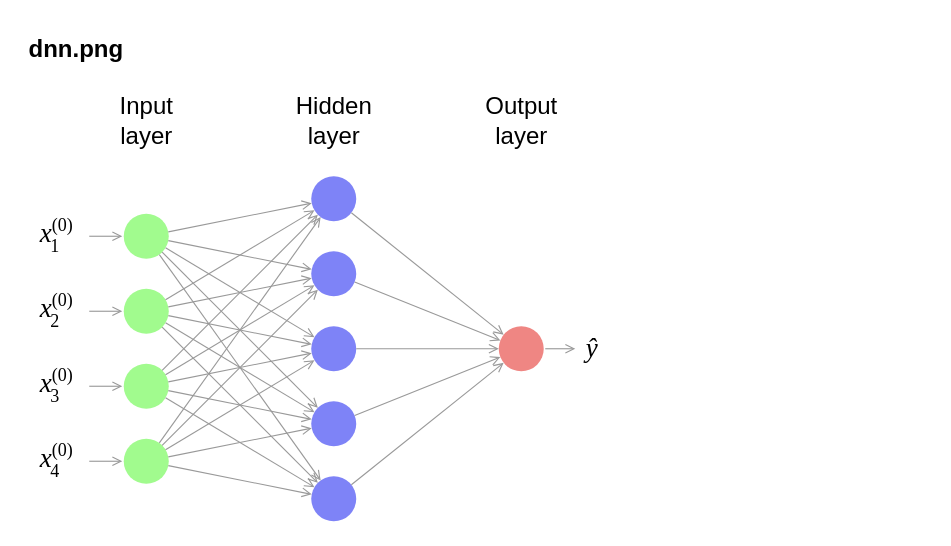
brunomaga/brunomaga.github.io keeps this draw.io diagram as assets/deep-neural-networks/deep-neural-networks.drawio. Above is the earlier version. Source tidied: cells renumbered, new cells numbered last; positions are measured from the earlier drawing's top-left corner, leaving out a move shared by most shapes. Both pictures are drawn from the tidied source at 150%, with x=0, y=0 at pixel (26, 26).
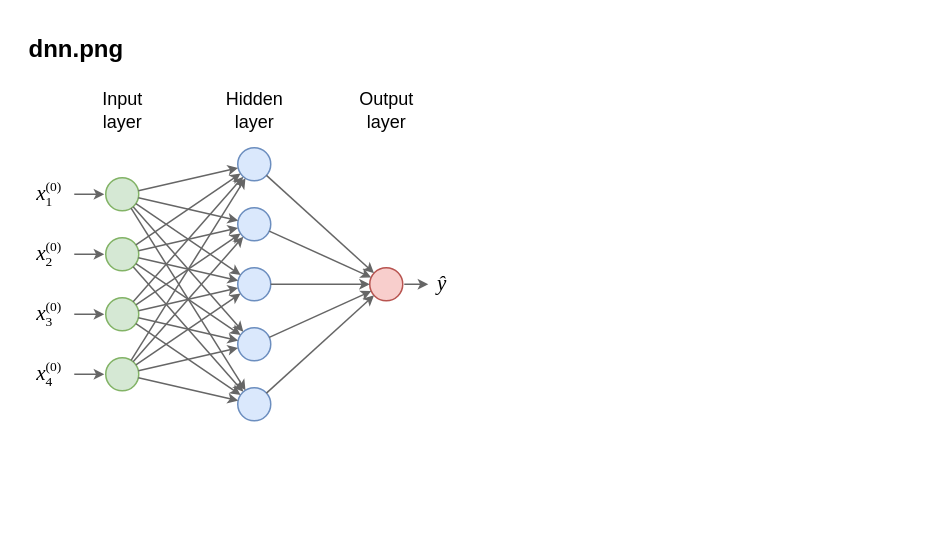
The same page after the edit.

What changed in the source:
```diff
@@
     <mxCell id="3" style="group;" parent="1" vertex="1">
-      <mxGeometry y="40" width="387" height="290" as="geometry" />
+      <mxGeometry y="40" width="285" height="223" as="geometry" />
     </mxCell>
-    <mxCell id="4" value="Input&lt;br&gt;layer" style="text;html=1;align=center;verticalAlign=middle;strokeColor=none;fillColor=none;fontSize=16;" parent="3" vertex="1">
-      <mxGeometry x="40" width="80" height="46" as="geometry" />
+    <mxCell id="4" value="Input&lt;br&gt;layer" style="text;html=1;align=center;verticalAlign=middle;strokeColor=none;fillColor=none;fontFamily=Helvetica;fontSize=12;" parent="3" vertex="1">
+      <mxGeometry x="34" width="60" height="32" as="geometry" />
     </mxCell>
-    <mxCell id="5" value="Hidden&lt;br&gt;layer" style="text;html=1;align=center;verticalAlign=middle;strokeColor=none;fillColor=none;fontSize=16;" parent="3" vertex="1">
-      <mxGeometry x="165" width="80" height="46" as="geometry" />
+    <mxCell id="5" value="Hidden&lt;br&gt;layer" style="text;html=1;align=center;verticalAlign=middle;strokeColor=none;fillColor=none;fontFamily=Helvetica;fontSize=12;" parent="3" vertex="1">
+      <mxGeometry x="122" width="60" height="32" as="geometry" />
     </mxCell>
-    <mxCell id="6" value="Output&lt;br&gt;layer" style="text;html=1;align=center;verticalAlign=middle;strokeColor=none;fillColor=none;fontSize=16;" parent="3" vertex="1">
-      <mxGeometry x="290" width="80" height="46" as="geometry" />
+    <mxCell id="6" value="Output&lt;br&gt;layer" style="text;html=1;align=center;verticalAlign=middle;strokeColor=none;fillColor=none;fontFamily=Helvetica;fontSize=12;" parent="3" vertex="1">
+      <mxGeometry x="210" width="60" height="32" as="geometry" />
     </mxCell>
-    <mxCell id="7" style="ellipse;whiteSpace=wrap;html=1;strokeColor=none;fillColor=#a1fb8e;" parent="3" vertex="1">
-      <mxGeometry x="65" y="85" width="30" height="30" as="geometry" />
+    <mxCell id="7" style="ellipse;whiteSpace=wrap;html=1;fillColor=#d5e8d4;strokeColor=#82b366;" parent="3" vertex="1">
+      <mxGeometry x="53" y="61" width="22" height="22" as="geometry" />
     </mxCell>
-    <mxCell id="8" style="ellipse;whiteSpace=wrap;html=1;strokeColor=none;fillColor=#a1fb8e;" parent="3" vertex="1">
-      <mxGeometry x="65" y="135" width="30" height="30" as="geometry" />
+    <mxCell id="8" style="ellipse;whiteSpace=wrap;html=1;fillColor=#d5e8d4;strokeColor=#82b366;" parent="3" vertex="1">
+      <mxGeometry x="53" y="101" width="22" height="22" as="geometry" />
     </mxCell>
-    <mxCell id="9" style="ellipse;whiteSpace=wrap;html=1;strokeColor=none;fillColor=#a1fb8e;" parent="3" vertex="1">
-      <mxGeometry x="65" y="185" width="30" height="30" as="geometry" />
+    <mxCell id="9" style="ellipse;whiteSpace=wrap;html=1;fillColor=#d5e8d4;strokeColor=#82b366;" parent="3" vertex="1">
+      <mxGeometry x="53" y="141" width="22" height="22" as="geometry" />
     </mxCell>
-    <mxCell id="10" style="ellipse;whiteSpace=wrap;html=1;strokeColor=none;fillColor=#a1fb8e;" parent="3" vertex="1">
-      <mxGeometry x="65" y="235" width="30" height="30" as="geometry" />
+    <mxCell id="10" style="ellipse;whiteSpace=wrap;html=1;fillColor=#d5e8d4;strokeColor=#82b366;" parent="3" vertex="1">
+      <mxGeometry x="53" y="181" width="22" height="22" as="geometry" />
     </mxCell>
-    <mxCell id="11" style="ellipse;whiteSpace=wrap;html=1;strokeColor=none;fillColor=#7e83f7;" parent="3" vertex="1">
-      <mxGeometry x="190" y="60" width="30" height="30" as="geometry" />
+    <mxCell id="11" style="ellipse;whiteSpace=wrap;html=1;fillColor=#dae8fc;strokeColor=#6c8ebf;" parent="3" vertex="1">
+      <mxGeometry x="141" y="41" width="22" height="22" as="geometry" />
     </mxCell>
-    <mxCell id="12" style="ellipse;whiteSpace=wrap;html=1;strokeColor=none;fillColor=#7e83f7;" parent="3" vertex="1">
-      <mxGeometry x="190" y="110" width="30" height="30" as="geometry" />
+    <mxCell id="12" style="ellipse;whiteSpace=wrap;html=1;fillColor=#dae8fc;strokeColor=#6c8ebf;" parent="3" vertex="1">
+      <mxGeometry x="141" y="81" width="22" height="22" as="geometry" />
     </mxCell>
-    <mxCell id="13" style="ellipse;whiteSpace=wrap;html=1;strokeColor=none;fillColor=#7e83f7;" parent="3" vertex="1">
-      <mxGeometry x="190" y="160" width="30" height="30" as="geometry" />
+    <mxCell id="13" style="ellipse;whiteSpace=wrap;html=1;fillColor=#dae8fc;strokeColor=#6c8ebf;" parent="3" vertex="1">
+      <mxGeometry x="141" y="121" width="22" height="22" as="geometry" />
     </mxCell>
-    <mxCell id="14" style="ellipse;whiteSpace=wrap;html=1;strokeColor=none;fillColor=#7e83f7;" parent="3" vertex="1">
-      <mxGeometry x="190" y="210" width="30" height="30" as="geometry" />
+    <mxCell id="14" style="ellipse;whiteSpace=wrap;html=1;fillColor=#dae8fc;strokeColor=#6c8ebf;" parent="3" vertex="1">
+      <mxGeometry x="141" y="161" width="22" height="22" as="geometry" />
     </mxCell>
-    <mxCell id="15" style="ellipse;whiteSpace=wrap;html=1;strokeColor=none;fillColor=#7e83f7;" parent="3" vertex="1">
-      <mxGeometry x="190" y="260" width="30" height="30" as="geometry" />
+    <mxCell id="15" style="ellipse;whiteSpace=wrap;html=1;fillColor=#dae8fc;strokeColor=#6c8ebf;" parent="3" vertex="1">
+      <mxGeometry x="141" y="201" width="22" height="22" as="geometry" />
     </mxCell>
-    <mxCell id="16" style="ellipse;whiteSpace=wrap;html=1;strokeColor=none;fillColor=#ef8683;" parent="3" vertex="1">
-      <mxGeometry x="315" y="160" width="30" height="30" as="geometry" />
+    <mxCell id="16" style="ellipse;whiteSpace=wrap;html=1;fillColor=#f8cecc;strokeColor=#b85450;" parent="3" vertex="1">
+      <mxGeometry x="229" y="121" width="22" height="22" as="geometry" />
     </mxCell>
-    <mxCell id="17" value="&lt;i&gt;x&lt;/i&gt;&lt;span style=&quot;display:inline-block;vertical-align:middle;font-size:12px;line-height:1.1;text-align:left;&quot;&gt;(0)&lt;br&gt;&lt;span style=&quot;margin-left:-1px;&quot;&gt;1&lt;/span&gt;&lt;/span&gt;" style="text;html=1;align=center;verticalAlign=middle;strokeColor=none;fillColor=none;fontFamily=Times New Roman;fontSize=18;" parent="3" vertex="1">
-      <mxGeometry y="85" width="40" height="30" as="geometry" />
+    <mxCell id="17" value="&lt;i&gt;x&lt;/i&gt;&lt;span style=&quot;display:inline-block;vertical-align:middle;font-size:9px;line-height:1.1;text-align:left;&quot;&gt;(0)&lt;br&gt;1&lt;/span&gt;" style="text;html=1;align=center;verticalAlign=middle;strokeColor=none;fillColor=none;fontFamily=Times New Roman;fontSize=14;" parent="3" vertex="1">
+      <mxGeometry y="60" width="30" height="24" as="geometry" />
     </mxCell>
-    <mxCell id="18" style="endArrow=open;endSize=5;html=1;strokeColor=#999999;strokeWidth=0.75;" parent="3" edge="1">
+    <mxCell id="18" style="endArrow=classic;endSize=4;html=1;rounded=0;strokeColor=#666666;" parent="3" edge="1">
       <mxGeometry relative="1" as="geometry">
-        <mxPoint x="42" y="100" as="sourcePoint" />
-        <mxPoint x="64" y="100" as="targetPoint" />
+        <mxPoint x="32" y="72" as="sourcePoint" />
+        <mxPoint x="52" y="72" as="targetPoint" />
       </mxGeometry>
     </mxCell>
-    <mxCell id="19" value="&lt;i&gt;x&lt;/i&gt;&lt;span style=&quot;display:inline-block;vertical-align:middle;font-size:12px;line-height:1.1;text-align:left;&quot;&gt;(0)&lt;br&gt;&lt;span style=&quot;margin-left:-1px;&quot;&gt;2&lt;/span&gt;&lt;/span&gt;" style="text;html=1;align=center;verticalAlign=middle;strokeColor=none;fillColor=none;fontFamily=Times New Roman;fontSize=18;" parent="3" vertex="1">
-      <mxGeometry y="135" width="40" height="30" as="geometry" />
+    <mxCell id="19" value="&lt;i&gt;x&lt;/i&gt;&lt;span style=&quot;display:inline-block;vertical-align:middle;font-size:9px;line-height:1.1;text-align:left;&quot;&gt;(0)&lt;br&gt;2&lt;/span&gt;" style="text;html=1;align=center;verticalAlign=middle;strokeColor=none;fillColor=none;fontFamily=Times New Roman;fontSize=14;" parent="3" vertex="1">
+      <mxGeometry y="100" width="30" height="24" as="geometry" />
     </mxCell>
-    <mxCell id="20" style="endArrow=open;endSize=5;html=1;strokeColor=#999999;strokeWidth=0.75;" parent="3" edge="1">
+    <mxCell id="20" style="endArrow=classic;endSize=4;html=1;rounded=0;strokeColor=#666666;" parent="3" edge="1">
       <mxGeometry relative="1" as="geometry">
-        <mxPoint x="42" y="150" as="sourcePoint" />
-        <mxPoint x="64" y="150" as="targetPoint" />
+        <mxPoint x="32" y="112" as="sourcePoint" />
+        <mxPoint x="52" y="112" as="targetPoint" />
       </mxGeometry>
     </mxCell>
-    <mxCell id="21" value="&lt;i&gt;x&lt;/i&gt;&lt;span style=&quot;display:inline-block;vertical-align:middle;font-size:12px;line-height:1.1;text-align:left;&quot;&gt;(0)&lt;br&gt;&lt;span style=&quot;margin-left:-1px;&quot;&gt;3&lt;/span&gt;&lt;/span&gt;" style="text;html=1;align=center;verticalAlign=middle;strokeColor=none;fillColor=none;fontFamily=Times New Roman;fontSize=18;" parent="3" vertex="1">
-      <mxGeometry y="185" width="40" height="30" as="geometry" />
+    <mxCell id="21" value="&lt;i&gt;x&lt;/i&gt;&lt;span style=&quot;display:inline-block;vertical-align:middle;font-size:9px;line-height:1.1;text-align:left;&quot;&gt;(0)&lt;br&gt;3&lt;/span&gt;" style="text;html=1;align=center;verticalAlign=middle;strokeColor=none;fillColor=none;fontFamily=Times New Roman;fontSize=14;" parent="3" vertex="1">
+      <mxGeometry y="140" width="30" height="24" as="geometry" />
     </mxCell>
-    <mxCell id="22" style="endArrow=open;endSize=5;html=1;strokeColor=#999999;strokeWidth=0.75;" parent="3" edge="1">
+    <mxCell id="22" style="endArrow=classic;endSize=4;html=1;rounded=0;strokeColor=#666666;" parent="3" edge="1">
       <mxGeometry relative="1" as="geometry">
-        <mxPoint x="42" y="200" as="sourcePoint" />
-        <mxPoint x="64" y="200" as="targetPoint" />
+        <mxPoint x="32" y="152" as="sourcePoint" />
+        <mxPoint x="52" y="152" as="targetPoint" />
       </mxGeometry>
     </mxCell>
-    <mxCell id="23" value="&lt;i&gt;x&lt;/i&gt;&lt;span style=&quot;display:inline-block;vertical-align:middle;font-size:12px;line-height:1.1;text-align:left;&quot;&gt;(0)&lt;br&gt;&lt;span style=&quot;margin-left:-1px;&quot;&gt;4&lt;/span&gt;&lt;/span&gt;" style="text;html=1;align=center;verticalAlign=middle;strokeColor=none;fillColor=none;fontFamily=Times New Roman;fontSize=18;" parent="3" vertex="1">
-      <mxGeometry y="235" width="40" height="30" as="geometry" />
+    <mxCell id="23" value="&lt;i&gt;x&lt;/i&gt;&lt;span style=&quot;display:inline-block;vertical-align:middle;font-size:9px;line-height:1.1;text-align:left;&quot;&gt;(0)&lt;br&gt;4&lt;/span&gt;" style="text;html=1;align=center;verticalAlign=middle;strokeColor=none;fillColor=none;fontFamily=Times New Roman;fontSize=14;" parent="3" vertex="1">
+      <mxGeometry y="180" width="30" height="24" as="geometry" />
     </mxCell>
-    <mxCell id="24" style="endArrow=open;endSize=5;html=1;strokeColor=#999999;strokeWidth=0.75;" parent="3" edge="1">
+    <mxCell id="24" style="endArrow=classic;endSize=4;html=1;rounded=0;strokeColor=#666666;" parent="3" edge="1">
       <mxGeometry relative="1" as="geometry">
-        <mxPoint x="42" y="250" as="sourcePoint" />
-        <mxPoint x="64" y="250" as="targetPoint" />
+        <mxPoint x="32" y="192" as="sourcePoint" />
+        <mxPoint x="52" y="192" as="targetPoint" />
       </mxGeometry>
     </mxCell>
-    <mxCell id="25" style="endArrow=open;endSize=5;html=1;strokeColor=#999999;strokeWidth=0.75;" parent="3" edge="1" source="7" target="11">
+    <mxCell id="25" style="endArrow=classic;endSize=4;html=1;rounded=0;strokeColor=#666666;" parent="3" edge="1" source="7" target="11">
       <mxGeometry relative="1" as="geometry" />
     </mxCell>
-    <mxCell id="26" style="endArrow=open;endSize=5;html=1;strokeColor=#999999;strokeWidth=0.75;" parent="3" edge="1" source="7" target="12">
+    <mxCell id="26" style="endArrow=classic;endSize=4;html=1;rounded=0;strokeColor=#666666;" parent="3" edge="1" source="7" target="12">
       <mxGeometry relative="1" as="geometry" />
     </mxCell>
-    <mxCell id="27" style="endArrow=open;endSize=5;html=1;strokeColor=#999999;strokeWidth=0.75;" parent="3" edge="1" source="7" target="13">
+    <mxCell id="27" style="endArrow=classic;endSize=4;html=1;rounded=0;strokeColor=#666666;" parent="3" edge="1" source="7" target="13">
       <mxGeometry relative="1" as="geometry" />
     </mxCell>
-    <mxCell id="28" style="endArrow=open;endSize=5;html=1;strokeColor=#999999;strokeWidth=0.75;" parent="3" edge="1" source="7" target="14">
+    <mxCell id="28" style="endArrow=classic;endSize=4;html=1;rounded=0;strokeColor=#666666;" parent="3" edge="1" source="7" target="14">
       <mxGeometry relative="1" as="geometry" />
     </mxCell>
-    <mxCell id="29" style="endArrow=open;endSize=5;html=1;strokeColor=#999999;strokeWidth=0.75;" parent="3" edge="1" source="7" target="15">
+    <mxCell id="29" style="endArrow=classic;endSize=4;html=1;rounded=0;strokeColor=#666666;" parent="3" edge="1" source="7" target="15">
       <mxGeometry relative="1" as="geometry" />
     </mxCell>
-    <mxCell id="30" style="endArrow=open;endSize=5;html=1;strokeColor=#999999;strokeWidth=0.75;" parent="3" edge="1" source="8" target="11">
+    <mxCell id="30" style="endArrow=classic;endSize=4;html=1;rounded=0;strokeColor=#666666;" parent="3" edge="1" source="8" target="11">
       <mxGeometry relative="1" as="geometry" />
     </mxCell>
-    <mxCell id="31" style="endArrow=open;endSize=5;html=1;strokeColor=#999999;strokeWidth=0.75;" parent="3" edge="1" source="8" target="12">
+    <mxCell id="31" style="endArrow=classic;endSize=4;html=1;rounded=0;strokeColor=#666666;" parent="3" edge="1" source="8" target="12">
       <mxGeometry relative="1" as="geometry" />
     </mxCell>
-    <mxCell id="32" style="endArrow=open;endSize=5;html=1;strokeColor=#999999;strokeWidth=0.75;" parent="3" edge="1" source="8" target="13">
+    <mxCell id="32" style="endArrow=classic;endSize=4;html=1;rounded=0;strokeColor=#666666;" parent="3" edge="1" source="8" target="13">
       <mxGeometry relative="1" as="geometry" />
     </mxCell>
-    <mxCell id="33" style="endArrow=open;endSize=5;html=1;strokeColor=#999999;strokeWidth=0.75;" parent="3" edge="1" source="8" target="14">
+    <mxCell id="33" style="endArrow=classic;endSize=4;html=1;rounded=0;strokeColor=#666666;" parent="3" edge="1" source="8" target="14">
       <mxGeometry relative="1" as="geometry" />
     </mxCell>
-    <mxCell id="34" style="endArrow=open;endSize=5;html=1;strokeColor=#999999;strokeWidth=0.75;" parent="3" edge="1" source="8" target="15">
+    <mxCell id="34" style="endArrow=classic;endSize=4;html=1;rounded=0;strokeColor=#666666;" parent="3" edge="1" source="8" target="15">
       <mxGeometry relative="1" as="geometry" />
     </mxCell>
-    <mxCell id="35" style="endArrow=open;endSize=5;html=1;strokeColor=#999999;strokeWidth=0.75;" parent="3" edge="1" source="9" target="11">
+    <mxCell id="35" style="endArrow=classic;endSize=4;html=1;rounded=0;strokeColor=#666666;" parent="3" edge="1" source="9" target="11">
       <mxGeometry relative="1" as="geometry" />
     </mxCell>
-    <mxCell id="36" style="endArrow=open;endSize=5;html=1;strokeColor=#999999;strokeWidth=0.75;" parent="3" edge="1" source="9" target="12">
+    <mxCell id="36" style="endArrow=classic;endSize=4;html=1;rounded=0;strokeColor=#666666;" parent="3" edge="1" source="9" target="12">
       <mxGeometry relative="1" as="geometry" />
     </mxCell>
-    <mxCell id="37" style="endArrow=open;endSize=5;html=1;strokeColor=#999999;strokeWidth=0.75;" parent="3" edge="1" source="9" target="13">
+    <mxCell id="37" style="endArrow=classic;endSize=4;html=1;rounded=0;strokeColor=#666666;" parent="3" edge="1" source="9" target="13">
       <mxGeometry relative="1" as="geometry" />
     </mxCell>
-    <mxCell id="38" style="endArrow=open;endSize=5;html=1;strokeColor=#999999;strokeWidth=0.75;" parent="3" edge="1" source="9" target="14">
+    <mxCell id="38" style="endArrow=classic;endSize=4;html=1;rounded=0;strokeColor=#666666;" parent="3" edge="1" source="9" target="14">
       <mxGeometry relative="1" as="geometry" />
     </mxCell>
-    <mxCell id="39" style="endArrow=open;endSize=5;html=1;strokeColor=#999999;strokeWidth=0.75;" parent="3" edge="1" source="9" target="15">
+    <mxCell id="39" style="endArrow=classic;endSize=4;html=1;rounded=0;strokeColor=#666666;" parent="3" edge="1" source="9" target="15">
       <mxGeometry relative="1" as="geometry" />
     </mxCell>
-    <mxCell id="40" style="endArrow=open;endSize=5;html=1;strokeColor=#999999;strokeWidth=0.75;" parent="3" edge="1" source="10" target="11">
+    <mxCell id="40" style="endArrow=classic;endSize=4;html=1;rounded=0;strokeColor=#666666;" parent="3" edge="1" source="10" target="11">
       <mxGeometry relative="1" as="geometry" />
     </mxCell>
-    <mxCell id="41" style="endArrow=open;endSize=5;html=1;strokeColor=#999999;strokeWidth=0.75;" parent="3" edge="1" source="10" target="12">
+    <mxCell id="41" style="endArrow=classic;endSize=4;html=1;rounded=0;strokeColor=#666666;" parent="3" edge="1" source="10" target="12">
       <mxGeometry relative="1" as="geometry" />
     </mxCell>
-    <mxCell id="42" style="endArrow=open;endSize=5;html=1;strokeColor=#999999;strokeWidth=0.75;" parent="3" edge="1" source="10" target="13">
+    <mxCell id="42" style="endArrow=classic;endSize=4;html=1;rounded=0;strokeColor=#666666;" parent="3" edge="1" source="10" target="13">
       <mxGeometry relative="1" as="geometry" />
     </mxCell>
-    <mxCell id="43" style="endArrow=open;endSize=5;html=1;strokeColor=#999999;strokeWidth=0.75;" parent="3" edge="1" source="10" target="14">
+    <mxCell id="43" style="endArrow=classic;endSize=4;html=1;rounded=0;strokeColor=#666666;" parent="3" edge="1" source="10" target="14">
       <mxGeometry relative="1" as="geometry" />
     </mxCell>
-    <mxCell id="44" style="endArrow=open;endSize=5;html=1;strokeColor=#999999;strokeWidth=0.75;" parent="3" edge="1" source="10" target="15">
+    <mxCell id="44" style="endArrow=classic;endSize=4;html=1;rounded=0;strokeColor=#666666;" parent="3" edge="1" source="10" target="15">
       <mxGeometry relative="1" as="geometry" />
     </mxCell>
-    <mxCell id="45" style="endArrow=open;endSize=5;html=1;strokeColor=#999999;strokeWidth=0.75;" parent="3" edge="1" source="11" target="16">
+    <mxCell id="45" style="endArrow=classic;endSize=4;html=1;rounded=0;strokeColor=#666666;" parent="3" edge="1" source="11" target="16">
       <mxGeometry relative="1" as="geometry" />
     </mxCell>
-    <mxCell id="46" style="endArrow=open;endSize=5;html=1;strokeColor=#999999;strokeWidth=0.75;" parent="3" edge="1" source="12" target="16">
+    <mxCell id="46" style="endArrow=classic;endSize=4;html=1;rounded=0;strokeColor=#666666;" parent="3" edge="1" source="12" target="16">
       <mxGeometry relative="1" as="geometry" />
     </mxCell>
-    <mxCell id="47" style="endArrow=open;endSize=5;html=1;strokeColor=#999999;strokeWidth=0.75;" parent="3" edge="1" source="13" target="16">
+    <mxCell id="47" style="endArrow=classic;endSize=4;html=1;rounded=0;strokeColor=#666666;" parent="3" edge="1" source="13" target="16">
       <mxGeometry relative="1" as="geometry" />
     </mxCell>
-    <mxCell id="48" style="endArrow=open;endSize=5;html=1;strokeColor=#999999;strokeWidth=0.75;" parent="3" edge="1" source="14" target="16">
+    <mxCell id="48" style="endArrow=classic;endSize=4;html=1;rounded=0;strokeColor=#666666;" parent="3" edge="1" source="14" target="16">
       <mxGeometry relative="1" as="geometry" />
     </mxCell>
-    <mxCell id="49" style="endArrow=open;endSize=5;html=1;strokeColor=#999999;strokeWidth=0.75;" parent="3" edge="1" source="15" target="16">
+    <mxCell id="49" style="endArrow=classic;endSize=4;html=1;rounded=0;strokeColor=#666666;" parent="3" edge="1" source="15" target="16">
       <mxGeometry relative="1" as="geometry" />
     </mxCell>
-    <mxCell id="50" style="endArrow=open;endSize=5;html=1;strokeColor=#999999;strokeWidth=0.75;" parent="3" edge="1">
+    <mxCell id="50" style="endArrow=classic;endSize=4;html=1;rounded=0;strokeColor=#666666;" parent="3" edge="1">
       <mxGeometry relative="1" as="geometry">
-        <mxPoint x="346" y="175" as="sourcePoint" />
-        <mxPoint x="366" y="175" as="targetPoint" />
+        <mxPoint x="252" y="132" as="sourcePoint" />
+        <mxPoint x="268" y="132" as="targetPoint" />
       </mxGeometry>
     </mxCell>
-    <mxCell id="51" value="&lt;i&gt;ŷ&lt;/i&gt;" style="text;html=1;align=center;verticalAlign=middle;strokeColor=none;fillColor=none;fontFamily=Times New Roman;fontSize=18;" parent="3" vertex="1">
-      <mxGeometry x="367" y="160" width="20" height="30" as="geometry" />
+    <mxCell id="51" value="&lt;i&gt;ŷ&lt;/i&gt;" style="text;html=1;align=center;verticalAlign=middle;strokeColor=none;fillColor=none;fontFamily=Times New Roman;fontSize=14;" parent="3" vertex="1">
+      <mxGeometry x="269" y="120" width="16" height="24" as="geometry" />
     </mxCell>
```
